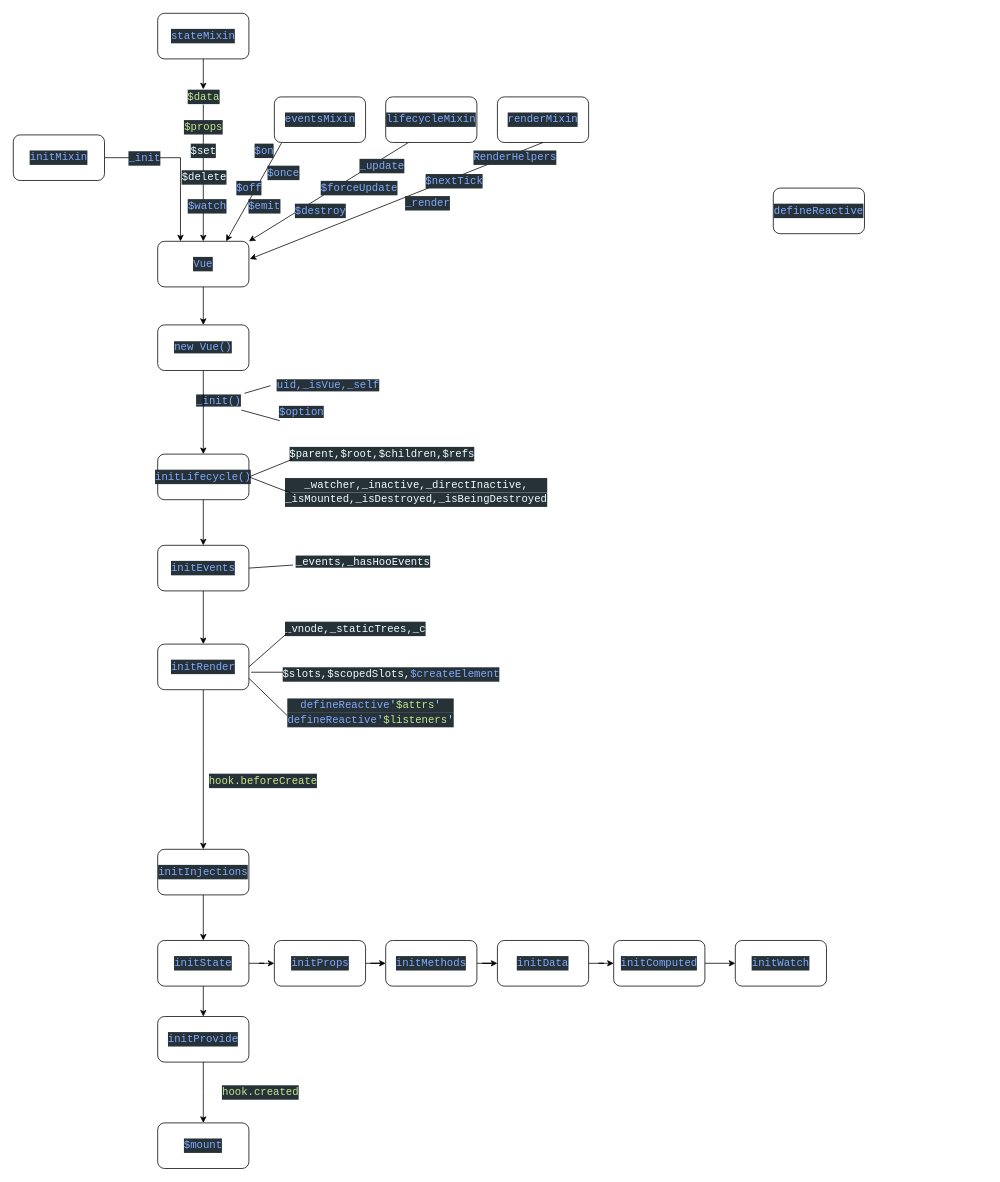
Above: VueTimeline.drawio in Immanding/instanceTimeline (draw.io), before the change. Source tidied: cells renumbered, new cells numbered last; positions are measured from the earlier drawing's top-left corner, leaving out a move shared by most shapes. Both pictures are drawn from the tidied source at 76%, with x=0, y=0 at pixel (13, 13).
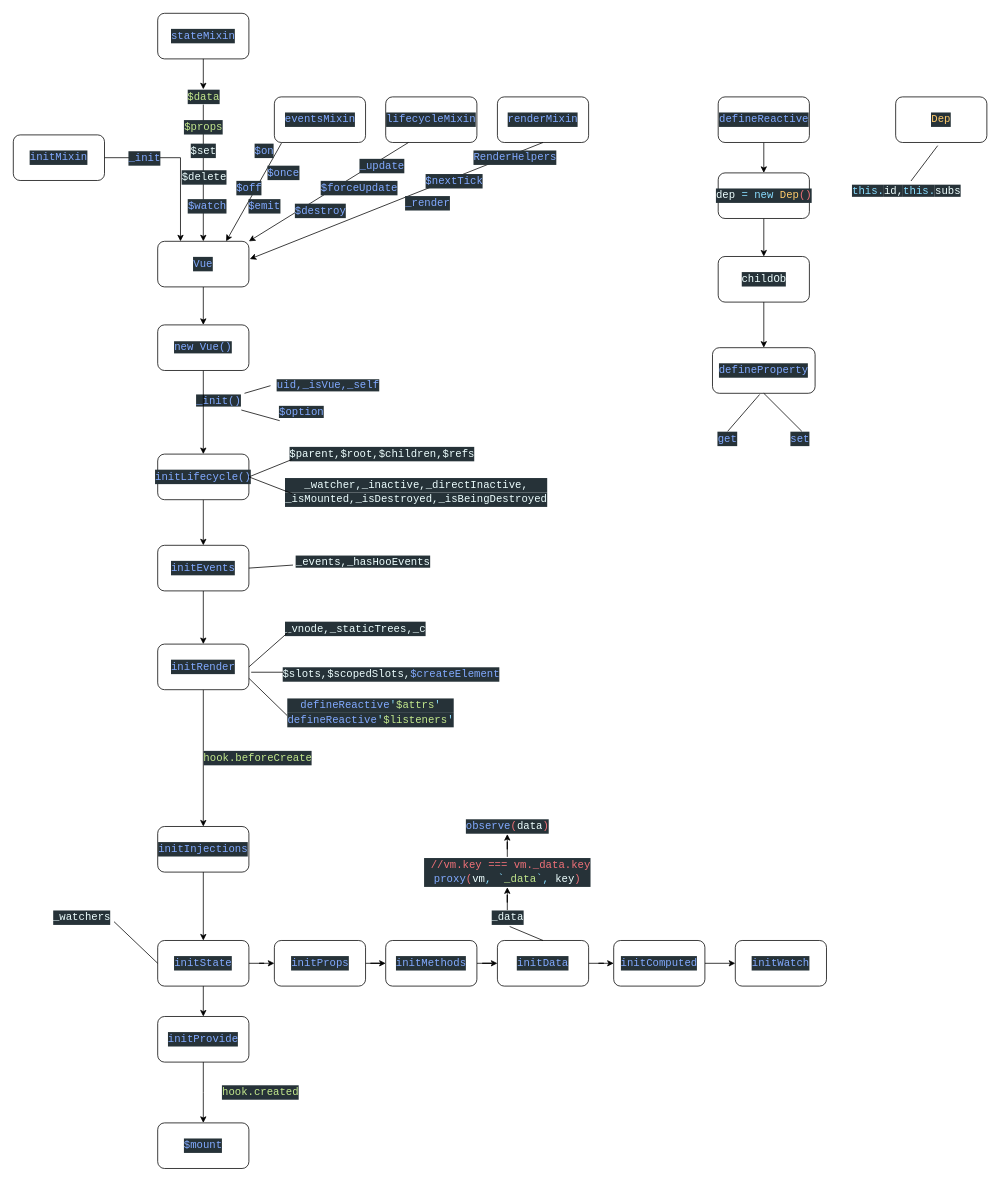
Above is the later version.

The change refers to these unchanged cells:
```xml
<mxCell id="15" value="&lt;div style=&quot;color: rgb(238 , 255 , 255) ; background-color: rgb(38 , 50 , 56) ; font-family: &amp;#34;consolas&amp;#34; , &amp;#34;courier new&amp;#34; , monospace ; font-size: 14px ; line-height: 19px ; white-space: pre&quot;&gt;&lt;span style=&quot;color: #82aaff&quot;&gt;initState&lt;/span&gt;&lt;/div&gt;" style="rounded=1;whiteSpace=wrap;html=1;" parent="1" vertex="1">
  <mxGeometry x="190" y="1220" width="120" height="60" as="geometry" />
</mxCell>
<mxCell id="21" value="&lt;div style=&quot;color: rgb(238 , 255 , 255) ; background-color: rgb(38 , 50 , 56) ; font-family: &amp;#34;consolas&amp;#34; , &amp;#34;courier new&amp;#34; , monospace ; font-size: 14px ; line-height: 19px ; white-space: pre&quot;&gt;&lt;span style=&quot;color: #82aaff&quot;&gt;initData&lt;/span&gt;&lt;/div&gt;" style="rounded=1;whiteSpace=wrap;html=1;" parent="1" vertex="1">
  <mxGeometry x="637" y="1220" width="120" height="60" as="geometry" />
</mxCell>
```

What changed in the source:
```diff
@@
     <mxCell id="7" value="&lt;div style=&quot;color: rgb(238 , 255 , 255) ; background-color: rgb(38 , 50 , 56) ; font-family: &amp;#34;consolas&amp;#34; , &amp;#34;courier new&amp;#34; , monospace ; font-size: 14px ; line-height: 19px ; white-space: pre&quot;&gt;&lt;span style=&quot;color: #82aaff&quot;&gt;initInjections&lt;/span&gt;&lt;/div&gt;" style="rounded=1;whiteSpace=wrap;html=1;" parent="1" vertex="1">
-      <mxGeometry x="190" y="1100" width="120" height="60" as="geometry" />
+      <mxGeometry x="190" y="1070" width="120" height="60" as="geometry" />
     </mxCell>
@@
     <mxCell id="12" value="&lt;div style=&quot;color: rgb(238 , 255 , 255) ; background-color: rgb(38 , 50 , 56) ; font-family: &amp;#34;consolas&amp;#34; , &amp;#34;courier new&amp;#34; , monospace ; font-size: 14px ; line-height: 19px ; white-space: pre&quot;&gt;&lt;span style=&quot;color: #c3e88d&quot;&gt;hook.beforeCreate&lt;/span&gt;&lt;/div&gt;" style="text;html=1;strokeColor=none;fillColor=none;align=center;verticalAlign=middle;whiteSpace=wrap;rounded=0;" parent="1" vertex="1">
-      <mxGeometry x="293.5" y="1000" width="70" height="20" as="geometry" />
+      <mxGeometry x="287" y="970" width="70" height="20" as="geometry" />
     </mxCell>
@@
+    <mxCell id="76" style="edgeStyle=orthogonalEdgeStyle;rounded=0;jettySize=auto;html=1;" parent="1" edge="1" source="73" target="78">
+      <mxGeometry relative="1" as="geometry" />
+    </mxCell>
     <mxCell id="73" value="&lt;div style=&quot;color: rgb(238 , 255 , 255) ; background-color: rgb(38 , 50 , 56) ; font-family: &amp;#34;consolas&amp;#34; , &amp;#34;courier new&amp;#34; , monospace ; font-size: 14px ; line-height: 19px ; white-space: pre&quot;&gt;&lt;span style=&quot;color: #82aaff&quot;&gt;defineReactive&lt;/span&gt;&lt;/div&gt;" style="rounded=1;whiteSpace=wrap;html=1;" parent="1" vertex="1">
-      <mxGeometry x="1000" y="230" width="120" height="60" as="geometry" />
+      <mxGeometry x="927.5" y="110" width="120" height="60" as="geometry" />
     </mxCell>
+    <mxCell id="77" style="edgeStyle=orthogonalEdgeStyle;rounded=0;jettySize=auto;html=1;" parent="1" edge="1" source="78" target="80">
+      <mxGeometry relative="1" as="geometry" />
+    </mxCell>
+    <mxCell id="78" value="&lt;div style=&quot;color: rgb(238 , 255 , 255) ; background-color: rgb(38 , 50 , 56) ; font-family: &amp;#34;consolas&amp;#34; , &amp;#34;courier new&amp;#34; , monospace ; font-size: 14px ; line-height: 19px ; white-space: pre&quot;&gt;&lt;div style=&quot;font-family: &amp;#34;consolas&amp;#34; , &amp;#34;courier new&amp;#34; , monospace ; line-height: 19px&quot;&gt;&lt;div style=&quot;font-family: &amp;#34;consolas&amp;#34; , &amp;#34;courier new&amp;#34; , monospace ; line-height: 19px&quot;&gt;&lt;div style=&quot;font-family: &amp;#34;consolas&amp;#34; , &amp;#34;courier new&amp;#34; , monospace ; line-height: 19px&quot;&gt;dep&lt;span style=&quot;color: #f07178&quot;&gt;&amp;nbsp;&lt;/span&gt;&lt;span style=&quot;color: #89ddff&quot;&gt;=&lt;/span&gt;&lt;span style=&quot;color: #f07178&quot;&gt;&amp;nbsp;&lt;/span&gt;&lt;span style=&quot;color: #89ddff&quot;&gt;new&lt;/span&gt;&lt;span style=&quot;color: #f07178&quot;&gt;&amp;nbsp;&lt;/span&gt;&lt;span style=&quot;color: #ffcb6b&quot;&gt;Dep&lt;/span&gt;&lt;span style=&quot;color: #f07178&quot;&gt;()&lt;/span&gt;&lt;/div&gt;&lt;/div&gt;&lt;/div&gt;&lt;/div&gt;" style="rounded=1;whiteSpace=wrap;html=1;" parent="1" vertex="1">
+      <mxGeometry x="927.5" y="210" width="120" height="60" as="geometry" />
+    </mxCell>
+    <mxCell id="79" style="edgeStyle=orthogonalEdgeStyle;rounded=0;jettySize=auto;html=1;" parent="1" edge="1" source="80" target="81">
+      <mxGeometry relative="1" as="geometry" />
+    </mxCell>
+    <mxCell id="80" value="&lt;div style=&quot;color: rgb(238 , 255 , 255) ; background-color: rgb(38 , 50 , 56) ; font-family: &amp;#34;consolas&amp;#34; , &amp;#34;courier new&amp;#34; , monospace ; font-size: 14px ; line-height: 19px ; white-space: pre&quot;&gt;&lt;div style=&quot;font-family: &amp;#34;consolas&amp;#34; , &amp;#34;courier new&amp;#34; , monospace ; line-height: 19px&quot;&gt;&lt;div style=&quot;font-family: &amp;#34;consolas&amp;#34; , &amp;#34;courier new&amp;#34; , monospace ; line-height: 19px&quot;&gt;&lt;div style=&quot;font-family: &amp;#34;consolas&amp;#34; , &amp;#34;courier new&amp;#34; , monospace ; line-height: 19px&quot;&gt;childOb&lt;/div&gt;&lt;/div&gt;&lt;/div&gt;&lt;/div&gt;" style="rounded=1;whiteSpace=wrap;html=1;" parent="1" vertex="1">
+      <mxGeometry x="927.5" y="320" width="120" height="60" as="geometry" />
+    </mxCell>
+    <mxCell id="81" value="&lt;div style=&quot;color: rgb(238 , 255 , 255) ; background-color: rgb(38 , 50 , 56) ; font-family: &amp;#34;consolas&amp;#34; , &amp;#34;courier new&amp;#34; , monospace ; font-size: 14px ; line-height: 19px ; white-space: pre&quot;&gt;&lt;div style=&quot;font-family: &amp;#34;consolas&amp;#34; , &amp;#34;courier new&amp;#34; , monospace ; line-height: 19px&quot;&gt;&lt;div style=&quot;font-family: &amp;#34;consolas&amp;#34; , &amp;#34;courier new&amp;#34; , monospace ; line-height: 19px&quot;&gt;&lt;div style=&quot;font-family: &amp;#34;consolas&amp;#34; , &amp;#34;courier new&amp;#34; , monospace ; line-height: 19px&quot;&gt;&lt;div style=&quot;font-family: &amp;#34;consolas&amp;#34; , &amp;#34;courier new&amp;#34; , monospace ; line-height: 19px&quot;&gt;&lt;span style=&quot;color: #82aaff&quot;&gt;defineProperty&lt;/span&gt;&lt;/div&gt;&lt;/div&gt;&lt;/div&gt;&lt;/div&gt;&lt;/div&gt;" style="rounded=1;whiteSpace=wrap;html=1;" parent="1" vertex="1">
+      <mxGeometry x="920" y="440" width="135" height="60" as="geometry" />
+    </mxCell>
@@
+    <mxCell id="82" value="&lt;div style=&quot;background-color: rgb(38 , 50 , 56) ; font-family: &amp;#34;consolas&amp;#34; , &amp;#34;courier new&amp;#34; , monospace ; font-size: 14px ; line-height: 19px ; white-space: pre&quot;&gt;&lt;div style=&quot;font-family: &amp;#34;consolas&amp;#34; , &amp;#34;courier new&amp;#34; , monospace ; line-height: 19px&quot;&gt;&lt;font color=&quot;#82aaff&quot;&gt;get&lt;/font&gt;&lt;/div&gt;&lt;/div&gt;" style="text;html=1;strokeColor=none;fillColor=none;align=center;verticalAlign=middle;whiteSpace=wrap;rounded=0;" parent="1" vertex="1">
+      <mxGeometry x="920" y="550" width="40" height="20" as="geometry" />
+    </mxCell>
+    <mxCell id="83" value="&lt;div style=&quot;color: rgb(238 , 255 , 255) ; background-color: rgb(38 , 50 , 56) ; font-family: &amp;#34;consolas&amp;#34; , &amp;#34;courier new&amp;#34; , monospace ; font-size: 14px ; line-height: 19px ; white-space: pre&quot;&gt;&lt;span style=&quot;color: #82aaff&quot;&gt;set&lt;/span&gt;&lt;/div&gt;" style="text;html=1;align=center;verticalAlign=middle;points=[];" parent="1" vertex="1">
+      <mxGeometry x="1015" y="550" width="40" height="20" as="geometry" />
+    </mxCell>
+    <mxCell id="84" style="endArrow=none;html=1;exitX=0.459;exitY=1.026;exitDx=0;exitDy=0;exitPerimeter=0;entryX=0.5;entryY=0;entryDx=0;entryDy=0;" parent="1" edge="1" source="81" target="82">
+      <mxGeometry relative="1" as="geometry" />
+    </mxCell>
+    <mxCell id="85" style="endArrow=none;html=1;exitX=0.5;exitY=1;exitDx=0;exitDy=0;entryX=0.563;entryY=0;entryDx=0;entryDy=0;entryPerimeter=0;" parent="1" edge="1" source="81" target="83">
+      <mxGeometry relative="1" as="geometry" />
+    </mxCell>
+    <mxCell id="86" value="&lt;div style=&quot;color: rgb(238 , 255 , 255) ; background-color: rgb(38 , 50 , 56) ; font-family: &amp;#34;consolas&amp;#34; , &amp;#34;courier new&amp;#34; , monospace ; font-size: 14px ; line-height: 19px ; white-space: pre&quot;&gt;&lt;span style=&quot;color: #ffcb6b&quot;&gt;Dep&lt;/span&gt;&lt;/div&gt;" style="rounded=1;whiteSpace=wrap;html=1;" parent="1" vertex="1">
+      <mxGeometry x="1161" y="110" width="120" height="60" as="geometry" />
+    </mxCell>
+    <mxCell id="87" value="&lt;span style=&quot;font-family: &amp;#34;consolas&amp;#34; , &amp;#34;courier new&amp;#34; , monospace ; font-size: 14px ; white-space: pre ; background-color: rgb(38 , 50 , 56) ; color: rgb(137 , 221 , 255)&quot;&gt;this.&lt;/span&gt;&lt;span style=&quot;color: rgb(238 , 255 , 255) ; font-family: &amp;#34;consolas&amp;#34; , &amp;#34;courier new&amp;#34; , monospace ; font-size: 14px ; white-space: pre ; background-color: rgb(38 , 50 , 56)&quot;&gt;id,&lt;/span&gt;&lt;span style=&quot;font-family: &amp;#34;consolas&amp;#34; , &amp;#34;courier new&amp;#34; , monospace ; font-size: 14px ; white-space: pre ; background-color: rgb(38 , 50 , 56) ; color: rgb(137 , 221 , 255)&quot;&gt;this.&lt;/span&gt;&lt;span style=&quot;color: rgb(238 , 255 , 255) ; font-family: &amp;#34;consolas&amp;#34; , &amp;#34;courier new&amp;#34; , monospace ; font-size: 14px ; white-space: pre ; background-color: rgb(38 , 50 , 56)&quot;&gt;subs&lt;/span&gt;" style="text;html=1;align=center;verticalAlign=middle;points=[];" parent="1" vertex="1">
+      <mxGeometry x="1100" y="224" width="150" height="20" as="geometry" />
+    </mxCell>
+    <mxCell id="88" style="endArrow=none;html=1;entryX=0.461;entryY=1.069;entryDx=0;entryDy=0;entryPerimeter=0;exitX=0.541;exitY=-0.167;exitDx=0;exitDy=0;exitPerimeter=0;" parent="1" edge="1" source="87" target="86">
+      <mxGeometry relative="1" as="geometry" />
+    </mxCell>
+    <mxCell id="89" style="endArrow=none;html=1;exitX=0;exitY=0.5;exitDx=0;exitDy=0;entryX=1.032;entryY=0.762;entryDx=0;entryDy=0;entryPerimeter=0;" parent="1" edge="1" source="15" target="90">
+      <mxGeometry relative="1" as="geometry" />
+    </mxCell>
+    <mxCell id="90" value="&lt;div style=&quot;color: rgb(238 , 255 , 255) ; background-color: rgb(38 , 50 , 56) ; font-family: &amp;#34;consolas&amp;#34; , &amp;#34;courier new&amp;#34; , monospace ; font-size: 14px ; line-height: 19px ; white-space: pre&quot;&gt;_watchers&lt;/div&gt;" style="text;html=1;align=center;verticalAlign=middle;points=[];" parent="1" vertex="1">
+      <mxGeometry x="50" y="1180" width="80" height="20" as="geometry" />
+    </mxCell>
+    <mxCell id="91" style="edgeStyle=orthogonalEdgeStyle;rounded=0;jettySize=auto;html=1;" parent="1" edge="1" source="92" target="94">
+      <mxGeometry relative="1" as="geometry" />
+    </mxCell>
+    <mxCell id="92" value="&lt;div style=&quot;color: rgb(238 , 255 , 255) ; background-color: rgb(38 , 50 , 56) ; font-family: &amp;#34;consolas&amp;#34; , &amp;#34;courier new&amp;#34; , monospace ; font-size: 14px ; line-height: 19px ; white-space: pre&quot;&gt;_data&lt;/div&gt;" style="text;html=1;align=center;verticalAlign=middle;points=[];" parent="1" vertex="1">
+      <mxGeometry x="625" y="1180" width="50" height="20" as="geometry" />
+    </mxCell>
+    <mxCell id="93" style="edgeStyle=orthogonalEdgeStyle;rounded=0;jettySize=auto;html=1;" parent="1" edge="1" source="94" target="95">
+      <mxGeometry relative="1" as="geometry" />
+    </mxCell>
+    <mxCell id="94" value="&lt;div style=&quot;color: rgb(238 , 255 , 255) ; background-color: rgb(38 , 50 , 56) ; font-family: &amp;#34;consolas&amp;#34; , &amp;#34;courier new&amp;#34; , monospace ; font-size: 14px ; line-height: 19px ; white-space: pre&quot;&gt;&lt;div style=&quot;font-family: &amp;#34;consolas&amp;#34; , &amp;#34;courier new&amp;#34; , monospace ; line-height: 19px&quot;&gt;&lt;span style=&quot;color: #f07178&quot;&gt;&amp;nbsp;//vm.key === vm._data.key&lt;/span&gt;&lt;/div&gt;&lt;div style=&quot;font-family: &amp;#34;consolas&amp;#34; , &amp;#34;courier new&amp;#34; , monospace ; line-height: 19px&quot;&gt;&lt;span style=&quot;color: #82aaff&quot;&gt;proxy&lt;/span&gt;&lt;span style=&quot;color: #f07178&quot;&gt;(&lt;/span&gt;vm&lt;span style=&quot;color: #89ddff&quot;&gt;,&lt;/span&gt;&lt;span style=&quot;color: #f07178&quot;&gt;&amp;nbsp;&lt;/span&gt;&lt;span style=&quot;color: #89ddff&quot;&gt;`&lt;/span&gt;&lt;span style=&quot;color: #c3e88d&quot;&gt;_data&lt;/span&gt;&lt;span style=&quot;color: #89ddff&quot;&gt;`&lt;/span&gt;&lt;span style=&quot;color: #89ddff&quot;&gt;,&lt;/span&gt;&lt;span style=&quot;color: #f07178&quot;&gt;&amp;nbsp;&lt;/span&gt;key&lt;span style=&quot;color: #f07178&quot;&gt;)&lt;/span&gt;&lt;/div&gt;&lt;/div&gt;" style="text;html=1;align=center;verticalAlign=middle;points=[];" parent="1" vertex="1">
+      <mxGeometry x="540" y="1110" width="220" height="40" as="geometry" />
+    </mxCell>
+    <mxCell id="95" value="&lt;div style=&quot;color: rgb(238 , 255 , 255) ; background-color: rgb(38 , 50 , 56) ; font-family: &amp;#34;consolas&amp;#34; , &amp;#34;courier new&amp;#34; , monospace ; font-size: 14px ; line-height: 19px ; white-space: pre&quot;&gt;&lt;div style=&quot;font-family: &amp;#34;consolas&amp;#34; , &amp;#34;courier new&amp;#34; , monospace ; line-height: 19px&quot;&gt;&lt;div style=&quot;font-family: &amp;#34;consolas&amp;#34; , &amp;#34;courier new&amp;#34; , monospace ; line-height: 19px&quot;&gt;&lt;div style=&quot;font-family: &amp;#34;consolas&amp;#34; , &amp;#34;courier new&amp;#34; , monospace ; line-height: 19px&quot;&gt;&lt;div&gt;&lt;span style=&quot;color: rgb(130 , 170 , 255)&quot;&gt;observe&lt;/span&gt;&lt;span style=&quot;color: rgb(240 , 113 , 120)&quot;&gt;(&lt;/span&gt;data&lt;span style=&quot;color: rgb(240 , 113 , 120)&quot;&gt;)&lt;/span&gt;&lt;br&gt;&lt;/div&gt;&lt;/div&gt;&lt;/div&gt;&lt;/div&gt;&lt;/div&gt;" style="text;html=1;align=center;verticalAlign=middle;points=[];" parent="1" vertex="1">
+      <mxGeometry x="590" y="1060" width="120" height="20" as="geometry" />
+    </mxCell>
+    <mxCell id="96" style="endArrow=none;html=1;entryX=0.5;entryY=0;entryDx=0;entryDy=0;exitX=0.563;exitY=1.079;exitDx=0;exitDy=0;exitPerimeter=0;" parent="1" edge="1" source="92" target="21">
+      <mxGeometry relative="1" as="geometry" />
+    </mxCell>
```
